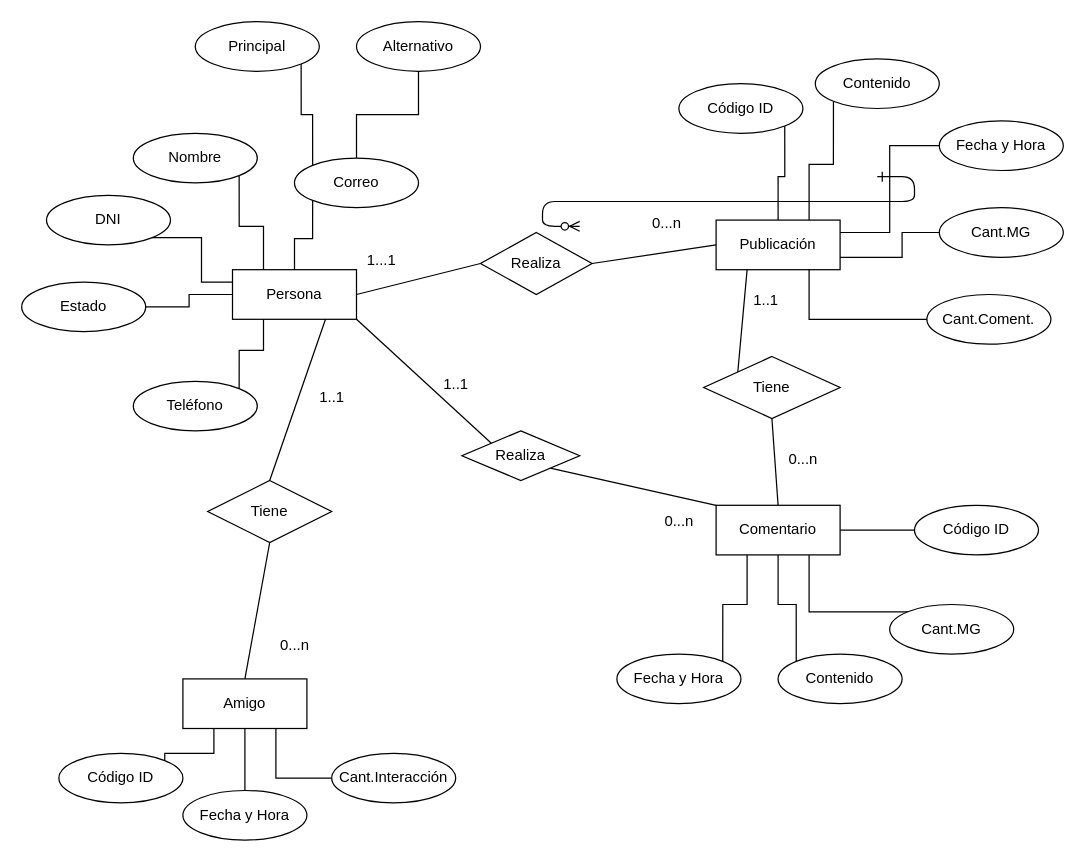
The draw.io diagram SocialConnect.drawio in madevianaGH/BDI, before the edit. Source tidied: cells renumbered, new cells numbered last; positions are measured from the earlier drawing's top-left corner, leaving out a move shared by most shapes. Both pictures are drawn from the tidied source at 124%, with x=0, y=0 at pixel (21, 21).
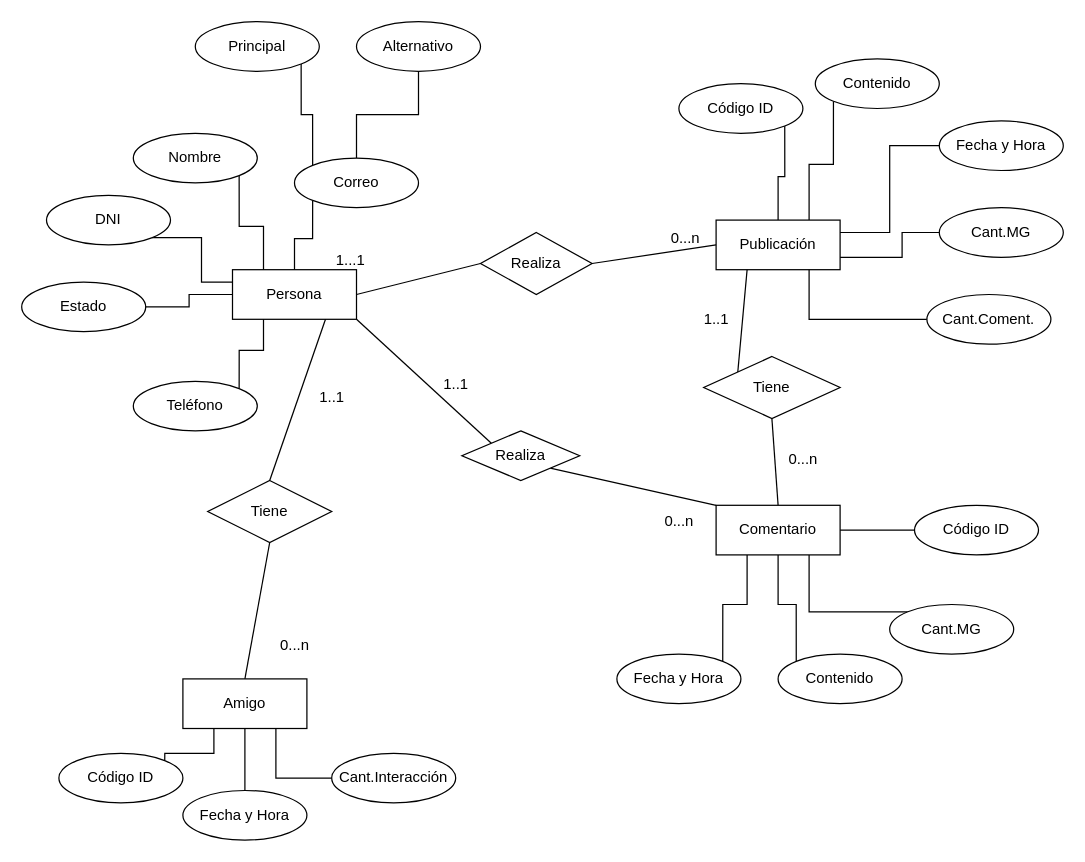
Above is the later version.

Diff of the diagram source:
```diff
@@
-    <mxCell id="2" style="edgeStyle=entityRelationEdgeStyle;endArrow=ERzeroToMany;startArrow=ERone;endFill=1;startFill=0;" parent="1" edge="1">
-      <mxGeometry relative="1" as="geometry">
-        <mxPoint x="690" y="125" as="sourcePoint" />
-        <mxPoint x="450" y="165" as="targetPoint" />
-      </mxGeometry>
-    </mxCell>
@@
     <mxCell id="60" value="1..1" style="text;html=1;align=center;verticalAlign=middle;strokeColor=none;fillColor=none;" parent="1" vertex="1">
-      <mxGeometry x="580" y="210" width="40" height="30" as="geometry" />
+      <mxGeometry x="540" y="225" width="40" height="30" as="geometry" />
     </mxCell>
@@
     <mxCell id="62" value="1...1" style="text;html=1;align=center;verticalAlign=middle;strokeColor=none;fillColor=none;" parent="1" vertex="1">
-      <mxGeometry x="265" y="178" width="50" height="30" as="geometry" />
+      <mxGeometry x="240" y="178" width="50" height="30" as="geometry" />
     </mxCell>
     <mxCell id="63" value="0...n" style="text;html=1;align=center;verticalAlign=middle;strokeColor=none;fillColor=none;" parent="1" vertex="1">
-      <mxGeometry x="495" y="148" width="50" height="30" as="geometry" />
+      <mxGeometry x="510" y="160" width="50" height="30" as="geometry" />
     </mxCell>
```
